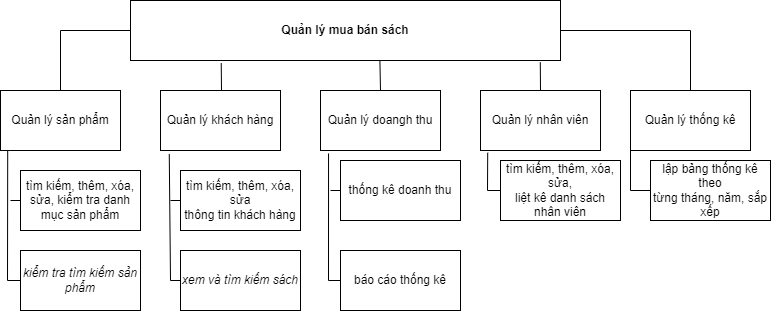
The draw.io diagram Biểu đồ không có tiêu đề.drawio.png in doananhduong/ck, before a commit. Source tidied: cells renumbered, new cells last; positions are measured from the earlier drawing's top-left corner, leaving out a move shared by most shapes. Source of this version:
```xml
<mxGraphModel>
  <root>
    <mxCell id="0" />
    <mxCell id="1" parent="0" />
    <mxCell id="2" value="&lt;b&gt;Quản lý mua bán sách&lt;/b&gt;" style="rounded=0;whiteSpace=wrap;html=1;" parent="1" vertex="1">
      <mxGeometry x="130" width="430" height="60" as="geometry" />
    </mxCell>
    <mxCell id="3" value="Quản lý sản phẩm" style="rounded=0;whiteSpace=wrap;html=1;" parent="1" vertex="1">
      <mxGeometry y="90" width="120" height="60" as="geometry" />
    </mxCell>
    <mxCell id="4" style="endArrow=none;html=1;rounded=0;exitX=0.5;exitY=0;exitDx=0;exitDy=0;entryX=0;entryY=0.5;entryDx=0;entryDy=0;" parent="1" edge="1" source="3" target="2">
      <mxGeometry relative="1" as="geometry">
        <Array as="points">
          <mxPoint x="60" y="30" />
        </Array>
      </mxGeometry>
    </mxCell>
    <mxCell id="5" value="Quản lý khách hàng" style="rounded=0;whiteSpace=wrap;html=1;" parent="1" vertex="1">
      <mxGeometry x="160" y="90" width="120" height="60" as="geometry" />
    </mxCell>
    <mxCell id="6" value="Quản lý doangh thu" style="rounded=0;whiteSpace=wrap;html=1;" parent="1" vertex="1">
      <mxGeometry x="320" y="90" width="120" height="60" as="geometry" />
    </mxCell>
    <mxCell id="7" value="Quản lý nhân viên" style="rounded=0;whiteSpace=wrap;html=1;" parent="1" vertex="1">
      <mxGeometry x="480" y="90" width="120" height="60" as="geometry" />
    </mxCell>
    <mxCell id="8" value="Quản lý thống kê" style="rounded=0;whiteSpace=wrap;html=1;" parent="1" vertex="1">
      <mxGeometry x="630" y="90" width="120" height="60" as="geometry" />
    </mxCell>
    <mxCell id="9" style="endArrow=none;html=1;rounded=0;entryX=0.211;entryY=1.043;entryDx=0;entryDy=0;entryPerimeter=0;" parent="1" edge="1" target="2">
      <mxGeometry relative="1" as="geometry">
        <mxPoint x="221" y="90" as="sourcePoint" />
      </mxGeometry>
    </mxCell>
    <mxCell id="10" style="endArrow=none;html=1;rounded=0;entryX=0.5;entryY=0;entryDx=0;entryDy=0;exitX=0.58;exitY=1.003;exitDx=0;exitDy=0;exitPerimeter=0;" parent="1" edge="1" source="2" target="6">
      <mxGeometry relative="1" as="geometry" />
    </mxCell>
    <mxCell id="11" style="endArrow=none;html=1;rounded=0;entryX=0.5;entryY=0;entryDx=0;entryDy=0;exitX=0.953;exitY=1.03;exitDx=0;exitDy=0;exitPerimeter=0;" parent="1" edge="1" source="2" target="7">
      <mxGeometry relative="1" as="geometry" />
    </mxCell>
    <mxCell id="12" style="endArrow=none;html=1;rounded=0;exitX=1;exitY=0.5;exitDx=0;exitDy=0;entryX=0.5;entryY=0;entryDx=0;entryDy=0;" parent="1" edge="1" source="2" target="8">
      <mxGeometry relative="1" as="geometry">
        <Array as="points">
          <mxPoint x="690" y="30" />
        </Array>
      </mxGeometry>
    </mxCell>
    <mxCell id="13" value="tìm kiếm, thêm, xóa,&lt;br&gt;sửa, kiểm tra danh mục sản phẩm" style="rounded=0;whiteSpace=wrap;html=1;" parent="1" vertex="1">
      <mxGeometry x="20" y="170" width="120" height="60" as="geometry" />
    </mxCell>
    <mxCell id="14" style="endArrow=none;html=1;rounded=0;exitX=0.06;exitY=1.01;exitDx=0;exitDy=0;exitPerimeter=0;entryX=0;entryY=0.5;entryDx=0;entryDy=0;" parent="1" edge="1" source="3" target="16">
      <mxGeometry relative="1" as="geometry">
        <Array as="points">
          <mxPoint x="7" y="280" />
        </Array>
      </mxGeometry>
    </mxCell>
    <mxCell id="15" style="endArrow=none;html=1;rounded=0;" parent="1" edge="1">
      <mxGeometry relative="1" as="geometry">
        <mxPoint x="10" y="200" as="sourcePoint" />
        <mxPoint x="20" y="200" as="targetPoint" />
      </mxGeometry>
    </mxCell>
    <mxCell id="16" value="&lt;i&gt;&lt;span style=&quot;font-size:13.0pt;line-height:107%;&lt;br/&gt;font-family:&amp;quot;Times New Roman&amp;quot;,serif;mso-fareast-font-family:&amp;quot;MS Mincho&amp;quot;;&lt;br/&gt;mso-fareast-theme-font:minor-fareast;mso-ansi-language:EN-US;mso-fareast-language:&lt;br/&gt;EN-US;mso-bidi-language:AR-SA;mso-bidi-font-weight:bold&quot;&gt;kiểm tra tìm kiếm sản phẩm&lt;/span&gt;&lt;/i&gt;" style="rounded=0;whiteSpace=wrap;html=1;" parent="1" vertex="1">
      <mxGeometry x="20" y="250" width="120" height="60" as="geometry" />
    </mxCell>
    <mxCell id="17" value="&lt;i&gt;&lt;span style=&quot;font-size:13.0pt;line-height:107%;&lt;br/&gt;font-family:&amp;quot;Times New Roman&amp;quot;,serif;mso-fareast-font-family:&amp;quot;MS Mincho&amp;quot;;&lt;br/&gt;mso-fareast-theme-font:minor-fareast;mso-ansi-language:EN-US;mso-fareast-language:&lt;br/&gt;EN-US;mso-bidi-language:AR-SA;mso-bidi-font-weight:bold&quot;&gt;xem và tìm kiếm sách&lt;/span&gt;&lt;/i&gt;" style="rounded=0;whiteSpace=wrap;html=1;" parent="1" vertex="1">
      <mxGeometry x="180" y="250" width="120" height="60" as="geometry" />
    </mxCell>
    <mxCell id="18" value="tìm kiếm, thêm, xóa, sửa&lt;br&gt;thông tin khách hàng" style="rounded=0;whiteSpace=wrap;html=1;" parent="1" vertex="1">
      <mxGeometry x="180" y="170" width="120" height="60" as="geometry" />
    </mxCell>
    <mxCell id="19" style="endArrow=none;html=1;rounded=0;exitX=0.073;exitY=1.063;exitDx=0;exitDy=0;exitPerimeter=0;entryX=0;entryY=0.5;entryDx=0;entryDy=0;" parent="1" edge="1" source="5" target="17">
      <mxGeometry relative="1" as="geometry">
        <Array as="points">
          <mxPoint x="170" y="280" />
        </Array>
      </mxGeometry>
    </mxCell>
    <mxCell id="20" style="endArrow=none;html=1;rounded=0;" parent="1" edge="1">
      <mxGeometry relative="1" as="geometry">
        <mxPoint x="170" y="200" as="sourcePoint" />
        <mxPoint x="180" y="200" as="targetPoint" />
      </mxGeometry>
    </mxCell>
    <mxCell id="21" value="&lt;span style=&quot;line-height: 107%;&quot;&gt;&lt;font style=&quot;font-size: 12px;&quot;&gt;thống kê doanh thu&lt;/font&gt;&lt;/span&gt;" style="rounded=0;whiteSpace=wrap;html=1;" parent="1" vertex="1">
      <mxGeometry x="340" y="160" width="120" height="60" as="geometry" />
    </mxCell>
    <mxCell id="22" value="&lt;span style=&quot;line-height: 107%;&quot;&gt;&lt;font style=&quot;font-size: 12px;&quot;&gt;báo cáo thống kê&lt;/font&gt;&lt;/span&gt;" style="rounded=0;whiteSpace=wrap;html=1;" parent="1" vertex="1">
      <mxGeometry x="340" y="250" width="120" height="60" as="geometry" />
    </mxCell>
    <mxCell id="23" style="endArrow=none;html=1;rounded=0;exitX=0;exitY=0.5;exitDx=0;exitDy=0;entryX=0.067;entryY=1.05;entryDx=0;entryDy=0;entryPerimeter=0;" parent="1" edge="1" source="22" target="6">
      <mxGeometry relative="1" as="geometry">
        <Array as="points">
          <mxPoint x="328" y="280" />
        </Array>
      </mxGeometry>
    </mxCell>
    <mxCell id="24" style="endArrow=none;html=1;rounded=0;entryX=0;entryY=0.5;entryDx=0;entryDy=0;" parent="1" edge="1" target="21">
      <mxGeometry relative="1" as="geometry">
        <mxPoint x="330" y="190" as="sourcePoint" />
      </mxGeometry>
    </mxCell>
    <mxCell id="25" value="&lt;span style=&quot;line-height: 107%;&quot;&gt;&lt;font style=&quot;font-size: 12px;&quot;&gt;tìm kiếm, thêm, xóa, sửa,&lt;br&gt;liệt kê danh sách nhân viên&lt;/font&gt;&lt;/span&gt;" style="rounded=0;whiteSpace=wrap;html=1;fontFamily=Helvetica;fontSize=12;" parent="1" vertex="1">
      <mxGeometry x="500" y="160" width="120" height="60" as="geometry" />
    </mxCell>
    <mxCell id="26" style="endArrow=none;html=1;rounded=0;fontFamily=Helvetica;fontSize=12;entryX=0.06;entryY=1.037;entryDx=0;entryDy=0;entryPerimeter=0;exitX=0;exitY=0.5;exitDx=0;exitDy=0;" parent="1" edge="1" source="25" target="7">
      <mxGeometry relative="1" as="geometry">
        <Array as="points">
          <mxPoint x="487" y="190" />
        </Array>
      </mxGeometry>
    </mxCell>
    <mxCell id="27" value="&lt;span style=&quot;line-height: 107%;&quot;&gt;&lt;font style=&quot;font-size: 12px;&quot;&gt;lập bảng thống kê theo&lt;br/&gt;từng tháng, năm, sắp xếp&lt;/font&gt;&lt;/span&gt;" style="rounded=0;whiteSpace=wrap;html=1;fontFamily=Helvetica;fontSize=12;" parent="1" vertex="1">
      <mxGeometry x="650" y="160" width="120" height="60" as="geometry" />
    </mxCell>
    <mxCell id="28" style="endArrow=none;html=1;rounded=0;fontFamily=Helvetica;fontSize=12;entryX=0;entryY=1;entryDx=0;entryDy=0;exitX=0;exitY=0.5;exitDx=0;exitDy=0;" parent="1" edge="1" source="27" target="8">
      <mxGeometry relative="1" as="geometry">
        <Array as="points">
          <mxPoint x="630" y="190" />
        </Array>
      </mxGeometry>
    </mxCell>
  </root>
</mxGraphModel>
```
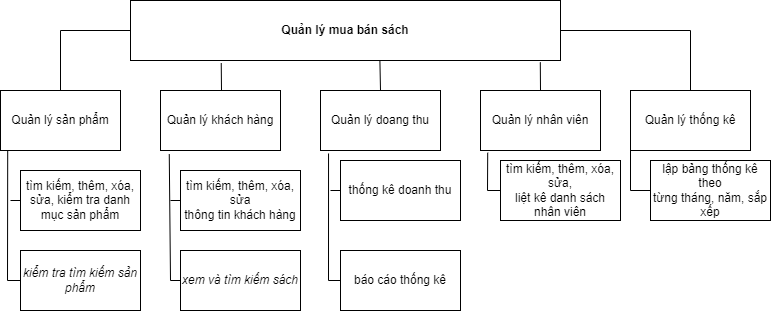
After the change.

Commit message:
Cập nhật Biểu đồ không có tiêu đề.drawio.png

Diff of the diagram source:
```diff
@@ -18,7 +18,7 @@
     <mxCell id="5" value="Quản lý khách hàng" style="rounded=0;whiteSpace=wrap;html=1;" parent="1" vertex="1">
       <mxGeometry x="160" y="90" width="120" height="60" as="geometry" />
     </mxCell>
-    <mxCell id="6" value="Quản lý doangh thu" style="rounded=0;whiteSpace=wrap;html=1;" parent="1" vertex="1">
+    <mxCell id="6" value="Quản lý doang thu" style="rounded=0;whiteSpace=wrap;html=1;" parent="1" vertex="1">
       <mxGeometry x="320" y="90" width="120" height="60" as="geometry" />
     </mxCell>
     <mxCell id="7" value="Quản lý nhân viên" style="rounded=0;whiteSpace=wrap;html=1;" parent="1" vertex="1">
```
